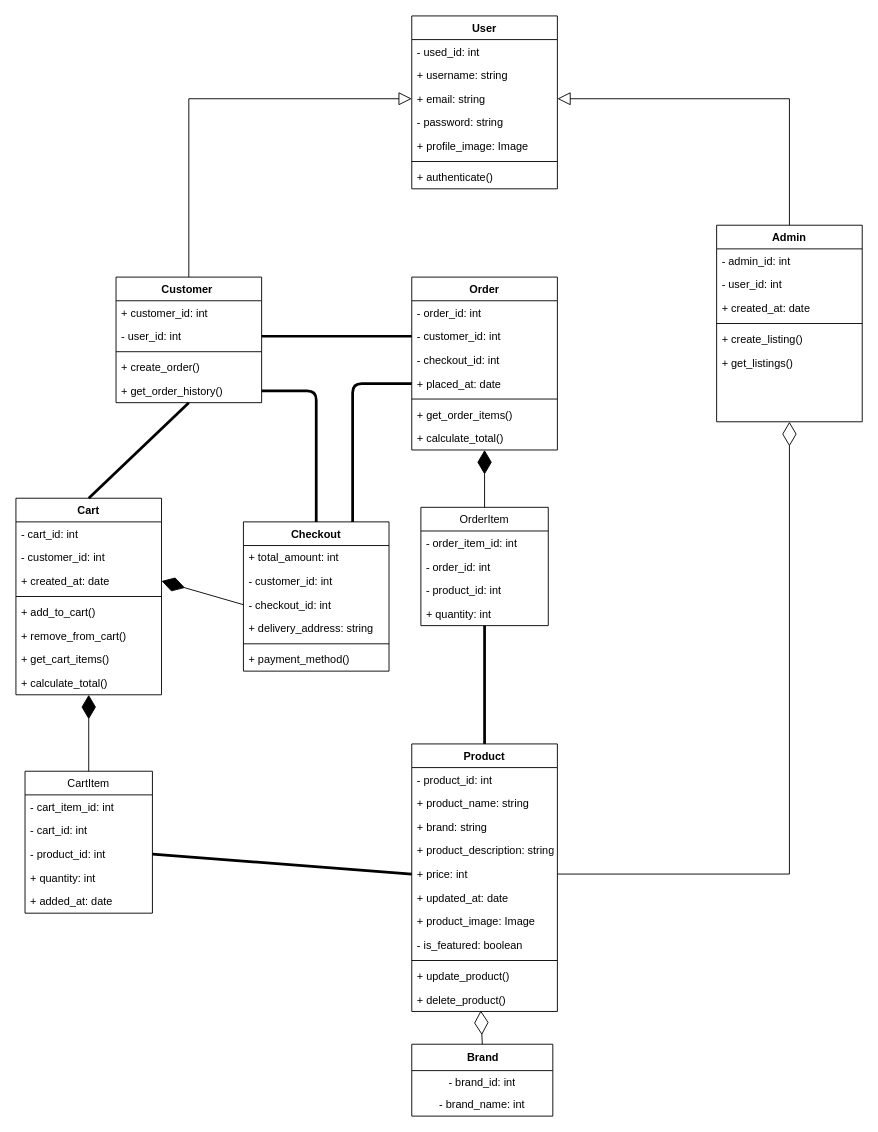
Earlier version of the draw.io diagram helmet_class_diagram.drawio (anuj-mali/Helmets). Source tidied: cells renumbered, new cells numbered last; positions are measured from the earlier drawing's top-left corner, leaving out a move shared by most shapes. Both pictures are drawn from the tidied source at 91%, with x=0, y=0 at pixel (15, 15).
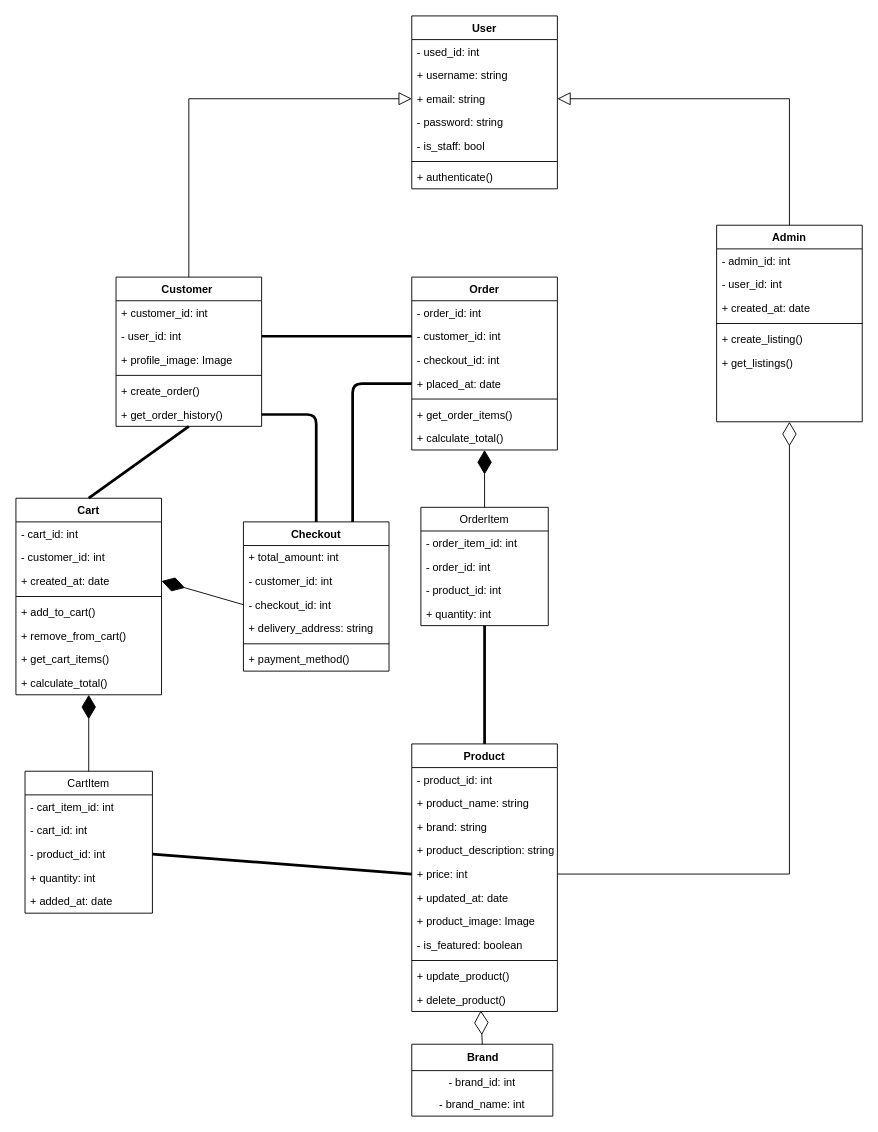
The same page after the edit.

Unchanged cells that the change refers to:
```xml
<mxCell id="2" value="User" style="swimlane;fontStyle=1;align=center;verticalAlign=top;horizontal=1;startSize=26;" parent="1" vertex="1">
  <mxGeometry x="435" width="160" height="190" as="geometry" />
</mxCell>
```

What changed in the source:
```diff
@@
-    <mxCell id="7" value="+ profile_image: Image" style="text;strokeColor=none;fillColor=none;align=left;verticalAlign=top;spacingLeft=4;spacingRight=4;overflow=hidden;" parent="2" vertex="1">
-      <mxGeometry y="130" width="160" height="26" as="geometry" />
-    </mxCell>
+    <mxCell id="89" value="- is_staff: bool" style="text;strokeColor=none;fillColor=none;align=left;verticalAlign=top;spacingLeft=4;spacingRight=4;overflow=hidden;" parent="2" vertex="1">
+      <mxGeometry y="130" width="160" height="26" as="geometry" />
+    </mxCell>
@@
     <mxCell id="10" value="Customer " style="swimlane;fontStyle=1;align=center;verticalAlign=top;horizontal=1;startSize=26;" parent="1" vertex="1">
-      <mxGeometry x="110" y="287" width="160" height="138" as="geometry" />
+      <mxGeometry x="110" y="287" width="160" height="164" as="geometry" />
     </mxCell>
@@
+    <mxCell id="7" value="+ profile_image: Image" style="text;strokeColor=none;fillColor=none;align=left;verticalAlign=top;spacingLeft=4;spacingRight=4;overflow=hidden;" parent="10" vertex="1">
+      <mxGeometry y="78" width="160" height="26" as="geometry" />
+    </mxCell>
     <mxCell id="13" style="line;strokeWidth=1;fillColor=none;align=left;verticalAlign=middle;spacingTop=-1;spacingLeft=3;spacingRight=3;labelPosition=right;strokeColor=inherit;" parent="10" vertex="1">
-      <mxGeometry y="78" width="160" height="8" as="geometry" />
+      <mxGeometry y="104" width="160" height="8" as="geometry" />
     </mxCell>
     <mxCell id="14" value="+ create_order()" style="text;strokeColor=none;fillColor=none;align=left;verticalAlign=top;spacingLeft=4;spacingRight=4;overflow=hidden;" parent="10" vertex="1">
-      <mxGeometry y="86" width="160" height="26" as="geometry" />
+      <mxGeometry y="112" width="160" height="26" as="geometry" />
     </mxCell>
     <mxCell id="15" value="+ get_order_history()" style="text;strokeColor=none;fillColor=none;align=left;verticalAlign=top;spacingLeft=4;spacingRight=4;overflow=hidden;points=[[0,0.5],[1,0.5]];portConstraint=eastwest;" parent="10" vertex="1">
-      <mxGeometry y="112" width="160" height="26" as="geometry" />
+      <mxGeometry y="138" width="160" height="26" as="geometry" />
     </mxCell>
```
